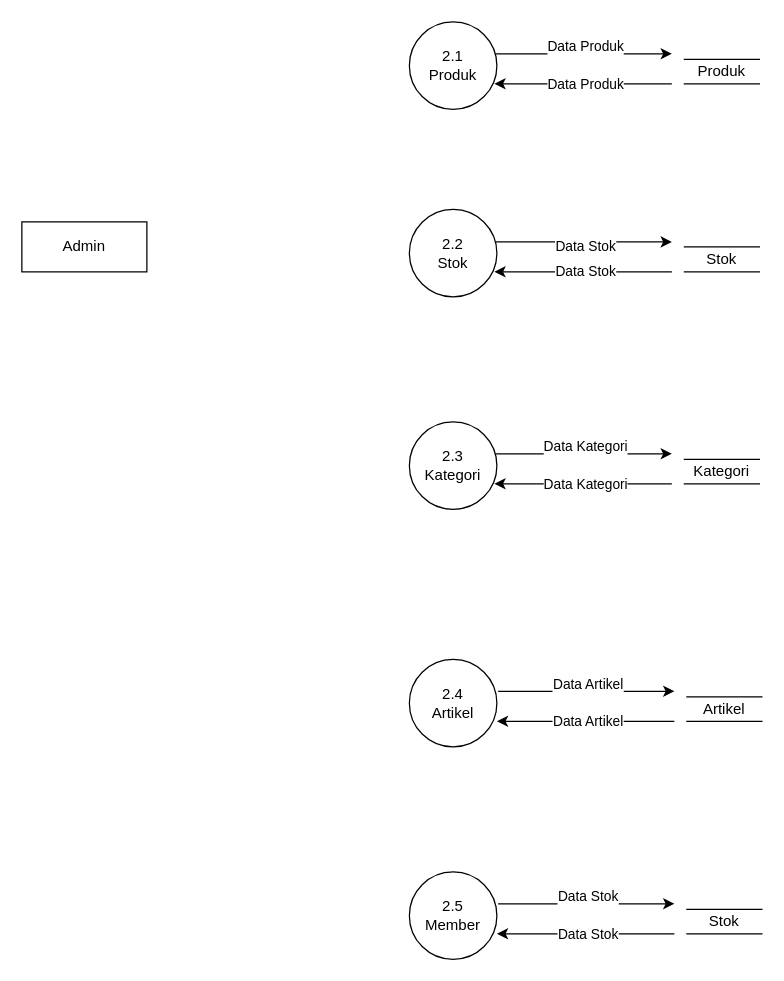
This is Untitled Diagram.drawio from kuzdev/dfd-lvl2-pcs2, a draw.io file, before an edit. Source tidied: cells renumbered, new cells numbered last; positions are measured from the earlier drawing's top-left corner, leaving out a move shared by most shapes. Both pictures are drawn from the tidied source at 125%, with x=0, y=0 at pixel (21, 21).
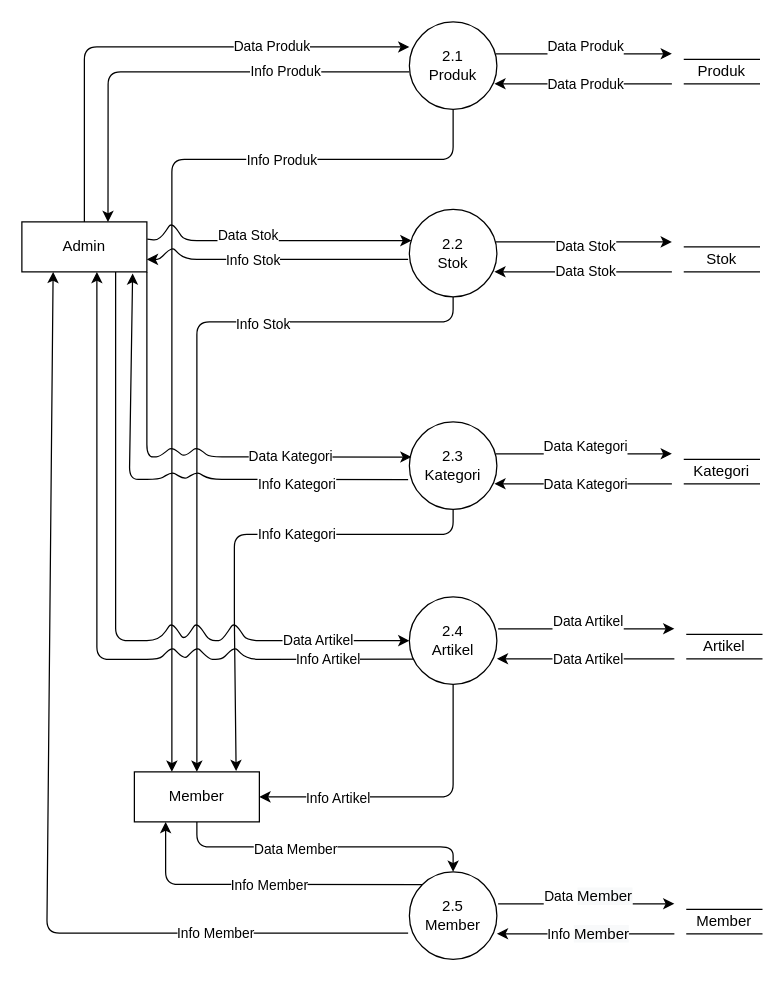
The same diagram, later.

The change refers to these unchanged cells:
```xml
<mxCell id="2" value="Admin" style="rounded=0;whiteSpace=wrap;html=1;" parent="1" vertex="1">
  <mxGeometry y="160" width="100" height="40" as="geometry" />
</mxCell>
<mxCell id="3" value="2.1&lt;br&gt;Produk" style="ellipse;whiteSpace=wrap;html=1;" parent="1" vertex="1">
  <mxGeometry x="310" width="70" height="70" as="geometry" />
</mxCell>
<mxCell id="4" value="2.5&lt;br&gt;Member" style="ellipse;whiteSpace=wrap;html=1;" parent="1" vertex="1">
  <mxGeometry x="310" y="680" width="70" height="70" as="geometry" />
</mxCell>
<mxCell id="6" value="2.3&lt;br&gt;Kategori" style="ellipse;whiteSpace=wrap;html=1;" parent="1" vertex="1">
  <mxGeometry x="310" y="320" width="70" height="70" as="geometry" />
</mxCell>
<mxCell id="7" value="2.2&lt;br&gt;Stok" style="ellipse;whiteSpace=wrap;html=1;" parent="1" vertex="1">
  <mxGeometry x="310" y="150" width="70" height="70" as="geometry" />
</mxCell>
<mxCell id="28" style="endArrow=classic;html=1;exitX=0.986;exitY=0.371;exitDx=0;exitDy=0;exitPerimeter=0;" parent="1" edge="1">
  <mxGeometry relative="1" as="geometry">
    <mxPoint x="381" y="705.5" as="sourcePoint" />
    <mxPoint x="522" y="705.5" as="targetPoint" />
  </mxGeometry>
</mxCell>
<mxCell id="30" style="endArrow=classic;html=1;entryX=0.971;entryY=0.714;entryDx=0;entryDy=0;entryPerimeter=0;" parent="1" edge="1">
  <mxGeometry relative="1" as="geometry">
    <mxPoint x="522" y="729.5" as="sourcePoint" />
    <mxPoint x="380" y="729.5" as="targetPoint" />
  </mxGeometry>
</mxCell>
```

Diff of the diagram source:
```diff
@@
     <mxCell id="5" value="2.4&lt;br&gt;Artikel" style="ellipse;whiteSpace=wrap;html=1;" parent="1" vertex="1">
-      <mxGeometry x="310" y="510" width="70" height="70" as="geometry" />
+      <mxGeometry x="310" y="460" width="70" height="70" as="geometry" />
     </mxCell>
@@
     <mxCell id="23" style="endArrow=classic;html=1;exitX=0.986;exitY=0.371;exitDx=0;exitDy=0;exitPerimeter=0;" parent="1" edge="1">
       <mxGeometry relative="1" as="geometry">
-        <mxPoint x="381" y="535.5" as="sourcePoint" />
-        <mxPoint x="522" y="535.5" as="targetPoint" />
+        <mxPoint x="381" y="485.5" as="sourcePoint" />
+        <mxPoint x="522" y="485.5" as="targetPoint" />
       </mxGeometry>
     </mxCell>
@@
     <mxCell id="25" style="endArrow=classic;html=1;entryX=0.971;entryY=0.714;entryDx=0;entryDy=0;entryPerimeter=0;" parent="1" edge="1">
       <mxGeometry relative="1" as="geometry">
-        <mxPoint x="522" y="559.5" as="sourcePoint" />
-        <mxPoint x="380" y="559.5" as="targetPoint" />
+        <mxPoint x="522" y="509.5" as="sourcePoint" />
+        <mxPoint x="380" y="509.5" as="targetPoint" />
       </mxGeometry>
     </mxCell>
@@
     <mxCell id="27" value="Artikel" style="shape=partialRectangle;whiteSpace=wrap;html=1;left=0;right=0;fillColor=none;" parent="1" vertex="1">
-      <mxGeometry x="532" y="540" width="60" height="19.5" as="geometry" />
+      <mxGeometry x="532" y="490" width="60" height="19.5" as="geometry" />
     </mxCell>
@@
-    <mxCell id="29" value="Data Stok" style="edgeLabel;html=1;align=center;verticalAlign=middle;" parent="28" vertex="1">
+    <mxCell id="29" value="Data&amp;nbsp;&lt;span style=&quot;font-size: 12px ; background-color: rgb(248 , 249 , 250)&quot;&gt;Member&lt;/span&gt;" style="edgeLabel;html=1;align=center;verticalAlign=middle;" parent="28" vertex="1">
       <mxGeometry x="-0.38" y="-1" relative="1" as="geometry">
         <mxPoint x="27" y="-7" as="offset" />
       </mxGeometry>
     </mxCell>
@@
-    <mxCell id="31" value="Data Stok" style="edgeLabel;html=1;align=center;verticalAlign=middle;" parent="30" vertex="1">
+    <mxCell id="31" value="Info&amp;nbsp;&lt;span style=&quot;font-size: 12px ; background-color: rgb(248 , 249 , 250)&quot;&gt;Member&lt;/span&gt;" style="edgeLabel;html=1;align=center;verticalAlign=middle;" parent="30" vertex="1">
       <mxGeometry x="0.55" relative="1" as="geometry">
         <mxPoint x="40" as="offset" />
       </mxGeometry>
     </mxCell>
-    <mxCell id="32" value="Stok" style="shape=partialRectangle;whiteSpace=wrap;html=1;left=0;right=0;fillColor=none;" parent="1" vertex="1">
+    <mxCell id="32" value="Member" style="shape=partialRectangle;whiteSpace=wrap;html=1;left=0;right=0;fillColor=none;" parent="1" vertex="1">
       <mxGeometry x="532" y="710" width="60" height="19.5" as="geometry" />
     </mxCell>
+    <mxCell id="33" style="endArrow=classic;html=1;exitX=0.5;exitY=0;exitDx=0;exitDy=0;entryX=0;entryY=0.286;entryDx=0;entryDy=0;entryPerimeter=0;" parent="1" edge="1" source="2" target="3">
+      <mxGeometry relative="1" as="geometry">
+        <Array as="points">
+          <mxPoint x="50" y="20" />
+        </Array>
+      </mxGeometry>
+    </mxCell>
+    <mxCell id="34" value="Data Produk" style="edgeLabel;html=1;align=center;verticalAlign=middle;" parent="33" vertex="1">
+      <mxGeometry x="0.07" y="1" relative="1" as="geometry">
+        <mxPoint x="75.7" as="offset" />
+      </mxGeometry>
+    </mxCell>
+    <mxCell id="35" style="endArrow=classic;html=1;exitX=0;exitY=0.571;exitDx=0;exitDy=0;exitPerimeter=0;entryX=0.689;entryY=0.004;entryDx=0;entryDy=0;entryPerimeter=0;" parent="1" edge="1" source="3" target="2">
+      <mxGeometry relative="1" as="geometry">
+        <Array as="points">
+          <mxPoint x="69" y="40" />
+        </Array>
+      </mxGeometry>
+    </mxCell>
+    <mxCell id="36" value="Info Produk" style="edgeLabel;html=1;align=center;verticalAlign=middle;" parent="35" vertex="1">
+      <mxGeometry x="0.06" y="-2" relative="1" as="geometry">
+        <mxPoint x="91.4" y="1.8" as="offset" />
+      </mxGeometry>
+    </mxCell>
+    <mxCell id="37" value="Member" style="rounded=0;whiteSpace=wrap;html=1;" parent="1" vertex="1">
+      <mxGeometry x="90" y="600" width="100" height="40" as="geometry" />
+    </mxCell>
+    <mxCell id="38" style="endArrow=classic;html=1;exitX=1.003;exitY=0.346;exitDx=0;exitDy=0;exitPerimeter=0;entryX=0.024;entryY=0.357;entryDx=0;entryDy=0;entryPerimeter=0;" parent="1" edge="1" source="2" target="7">
+      <mxGeometry relative="1" as="geometry">
+        <Array as="points">
+          <mxPoint x="110" y="175" />
+          <mxPoint x="120" y="160" />
+          <mxPoint x="130" y="175" />
+        </Array>
+      </mxGeometry>
+    </mxCell>
+    <mxCell id="39" value="Data Stok" style="edgeLabel;html=1;align=center;verticalAlign=middle;" parent="38" vertex="1">
+      <mxGeometry x="-0.19" y="-1" relative="1" as="geometry">
+        <mxPoint x="4.4" y="-5.3" as="offset" />
+      </mxGeometry>
+    </mxCell>
+    <mxCell id="40" style="endArrow=classic;html=1;entryX=1;entryY=0.75;entryDx=0;entryDy=0;" parent="1" edge="1" target="2">
+      <mxGeometry relative="1" as="geometry">
+        <mxPoint x="309" y="190" as="sourcePoint" />
+        <Array as="points">
+          <mxPoint x="130" y="190" />
+          <mxPoint x="120" y="180" />
+          <mxPoint x="110" y="190" />
+        </Array>
+      </mxGeometry>
+    </mxCell>
+    <mxCell id="41" value="Info Stok" style="edgeLabel;html=1;align=center;verticalAlign=middle;" parent="40" vertex="1">
+      <mxGeometry x="0.35" y="1" relative="1" as="geometry">
+        <mxPoint x="22.3" y="-1" as="offset" />
+      </mxGeometry>
+    </mxCell>
+    <mxCell id="42" style="endArrow=classic;html=1;entryX=0.024;entryY=0.357;entryDx=0;entryDy=0;entryPerimeter=0;exitX=1;exitY=1;exitDx=0;exitDy=0;" parent="1" edge="1" source="2">
+      <mxGeometry relative="1" as="geometry">
+        <mxPoint x="311.7" y="348.1" as="targetPoint" />
+        <Array as="points">
+          <mxPoint x="100" y="348" />
+          <mxPoint x="110" y="348" />
+          <mxPoint x="120" y="340" />
+          <mxPoint x="130" y="348" />
+          <mxPoint x="140" y="340" />
+          <mxPoint x="150" y="348" />
+        </Array>
+      </mxGeometry>
+    </mxCell>
+    <mxCell id="43" value="Data Kategori" style="edgeLabel;html=1;align=center;verticalAlign=middle;" parent="42" vertex="1">
+      <mxGeometry x="0.48" y="1" relative="1" as="geometry" />
+    </mxCell>
+    <mxCell id="44" style="endArrow=classic;html=1;entryX=0.886;entryY=1.032;entryDx=0;entryDy=0;entryPerimeter=0;" parent="1" edge="1" target="2">
+      <mxGeometry relative="1" as="geometry">
+        <mxPoint x="309" y="366.2" as="sourcePoint" />
+        <Array as="points">
+          <mxPoint x="150" y="366" />
+          <mxPoint x="140" y="360" />
+          <mxPoint x="130" y="366" />
+          <mxPoint x="120" y="360" />
+          <mxPoint x="110" y="366" />
+          <mxPoint x="86" y="366" />
+        </Array>
+      </mxGeometry>
+    </mxCell>
+    <mxCell id="45" value="Info Kategori" style="edgeLabel;html=1;align=center;verticalAlign=middle;" parent="44" vertex="1">
+      <mxGeometry x="-0.6" y="-1" relative="1" as="geometry">
+        <mxPoint x="-11" y="4.4" as="offset" />
+      </mxGeometry>
+    </mxCell>
+    <mxCell id="46" style="endArrow=classic;html=1;entryX=0.25;entryY=1;entryDx=0;entryDy=0;" parent="1" edge="1" target="2">
+      <mxGeometry relative="1" as="geometry">
+        <mxPoint x="309" y="728.9" as="sourcePoint" />
+        <Array as="points">
+          <mxPoint x="20" y="729" />
+        </Array>
+      </mxGeometry>
+    </mxCell>
+    <mxCell id="47" value="Info Member" style="edgeLabel;html=1;align=center;verticalAlign=middle;" parent="46" vertex="1">
+      <mxGeometry x="-0.62" relative="1" as="geometry" />
+    </mxCell>
+    <mxCell id="48" style="endArrow=classic;html=1;exitX=0.75;exitY=1;exitDx=0;exitDy=0;entryX=0;entryY=0.5;entryDx=0;entryDy=0;" parent="1" edge="1" source="2" target="5">
+      <mxGeometry relative="1" as="geometry">
+        <Array as="points">
+          <mxPoint x="75" y="495" />
+          <mxPoint x="110" y="495" />
+          <mxPoint x="120" y="480" />
+          <mxPoint x="130" y="495" />
+          <mxPoint x="140" y="480" />
+          <mxPoint x="150" y="495" />
+          <mxPoint x="160" y="495" />
+          <mxPoint x="170" y="480" />
+          <mxPoint x="180" y="495" />
+        </Array>
+      </mxGeometry>
+    </mxCell>
+    <mxCell id="49" value="Data Artikel" style="edgeLabel;html=1;align=center;verticalAlign=middle;" parent="48" vertex="1">
+      <mxGeometry x="0.62" y="1" relative="1" as="geometry">
+        <mxPoint x="37.1" y="0.1" as="offset" />
+      </mxGeometry>
+    </mxCell>
+    <mxCell id="50" style="endArrow=classic;html=1;exitX=0.041;exitY=0.712;exitDx=0;exitDy=0;exitPerimeter=0;" parent="1" edge="1" source="5">
+      <mxGeometry relative="1" as="geometry">
+        <mxPoint x="60" y="200" as="targetPoint" />
+        <Array as="points">
+          <mxPoint x="180" y="510" />
+          <mxPoint x="170" y="500" />
+          <mxPoint x="160" y="510" />
+          <mxPoint x="150" y="510" />
+          <mxPoint x="140" y="500" />
+          <mxPoint x="130" y="510" />
+          <mxPoint x="120" y="500" />
+          <mxPoint x="110" y="510" />
+          <mxPoint x="60" y="510" />
+        </Array>
+      </mxGeometry>
+    </mxCell>
+    <mxCell id="51" value="Info Artikel" style="edgeLabel;html=1;align=center;verticalAlign=middle;" parent="50" vertex="1">
+      <mxGeometry x="-0.61" y="1" relative="1" as="geometry">
+        <mxPoint x="46.5" y="-1.4" as="offset" />
+      </mxGeometry>
+    </mxCell>
+    <mxCell id="52" style="endArrow=classic;html=1;exitX=0.5;exitY=1;exitDx=0;exitDy=0;" parent="1" edge="1" source="3">
+      <mxGeometry relative="1" as="geometry">
+        <mxPoint x="120" y="600" as="targetPoint" />
+        <Array as="points">
+          <mxPoint x="345" y="110" />
+          <mxPoint x="120" y="110" />
+          <mxPoint x="120" y="160" />
+          <mxPoint x="120" y="340" />
+          <mxPoint x="120" y="480" />
+        </Array>
+      </mxGeometry>
+    </mxCell>
+    <mxCell id="53" value="Info Produk" style="edgeLabel;html=1;align=center;verticalAlign=middle;" parent="52" vertex="1">
+      <mxGeometry x="-0.53" relative="1" as="geometry">
+        <mxPoint x="-1" as="offset" />
+      </mxGeometry>
+    </mxCell>
+    <mxCell id="54" style="endArrow=classic;html=1;entryX=0.5;entryY=0;entryDx=0;entryDy=0;exitX=0.5;exitY=1;exitDx=0;exitDy=0;" parent="1" edge="1" source="7" target="37">
+      <mxGeometry relative="1" as="geometry">
+        <Array as="points">
+          <mxPoint x="345" y="240" />
+          <mxPoint x="140" y="240" />
+          <mxPoint x="140" y="340" />
+        </Array>
+      </mxGeometry>
+    </mxCell>
+    <mxCell id="55" value="Info Stok" style="edgeLabel;html=1;align=center;verticalAlign=middle;" parent="54" vertex="1">
+      <mxGeometry x="-0.41" y="1" relative="1" as="geometry" />
+    </mxCell>
+    <mxCell id="56" style="endArrow=classic;html=1;entryX=0.814;entryY=-0.016;entryDx=0;entryDy=0;exitX=0.5;exitY=1;exitDx=0;exitDy=0;entryPerimeter=0;" parent="1" edge="1" source="6" target="37">
+      <mxGeometry relative="1" as="geometry">
+        <Array as="points">
+          <mxPoint x="345" y="410" />
+          <mxPoint x="170" y="410" />
+          <mxPoint x="170" y="480" />
+        </Array>
+      </mxGeometry>
+    </mxCell>
+    <mxCell id="57" value="Info Kategori" style="edgeLabel;html=1;align=center;verticalAlign=middle;" parent="56" vertex="1">
+      <mxGeometry x="-0.24" y="-1" relative="1" as="geometry" />
+    </mxCell>
+    <mxCell id="58" style="endArrow=classic;html=1;entryX=1;entryY=0.5;entryDx=0;entryDy=0;exitX=0.5;exitY=1;exitDx=0;exitDy=0;" parent="1" edge="1" source="5" target="37">
+      <mxGeometry relative="1" as="geometry">
+        <Array as="points">
+          <mxPoint x="345" y="620" />
+        </Array>
+      </mxGeometry>
+    </mxCell>
+    <mxCell id="59" value="Info Artikel" style="edgeLabel;html=1;align=center;verticalAlign=middle;" parent="58" vertex="1">
+      <mxGeometry x="0.49" relative="1" as="geometry" />
+    </mxCell>
+    <mxCell id="60" style="endArrow=classic;html=1;entryX=0.25;entryY=1;entryDx=0;entryDy=0;exitX=0;exitY=0;exitDx=0;exitDy=0;" parent="1" edge="1" source="4" target="37">
+      <mxGeometry relative="1" as="geometry">
+        <Array as="points">
+          <mxPoint x="115" y="690" />
+        </Array>
+      </mxGeometry>
+    </mxCell>
+    <mxCell id="61" value="Info Member" style="edgeLabel;html=1;align=center;verticalAlign=middle;" parent="60" vertex="1">
+      <mxGeometry x="-0.04" relative="1" as="geometry" />
+    </mxCell>
+    <mxCell id="62" style="endArrow=classic;html=1;entryX=0.5;entryY=0;entryDx=0;entryDy=0;exitX=0.5;exitY=1;exitDx=0;exitDy=0;" parent="1" edge="1" source="37" target="4">
+      <mxGeometry relative="1" as="geometry">
+        <Array as="points">
+          <mxPoint x="140" y="660" />
+          <mxPoint x="345" y="660" />
+        </Array>
+      </mxGeometry>
+    </mxCell>
+    <mxCell id="63" value="Data Member" style="edgeLabel;html=1;align=center;verticalAlign=middle;" parent="62" vertex="1">
+      <mxGeometry x="-0.2" y="-1" relative="1" as="geometry" />
+    </mxCell>
```
